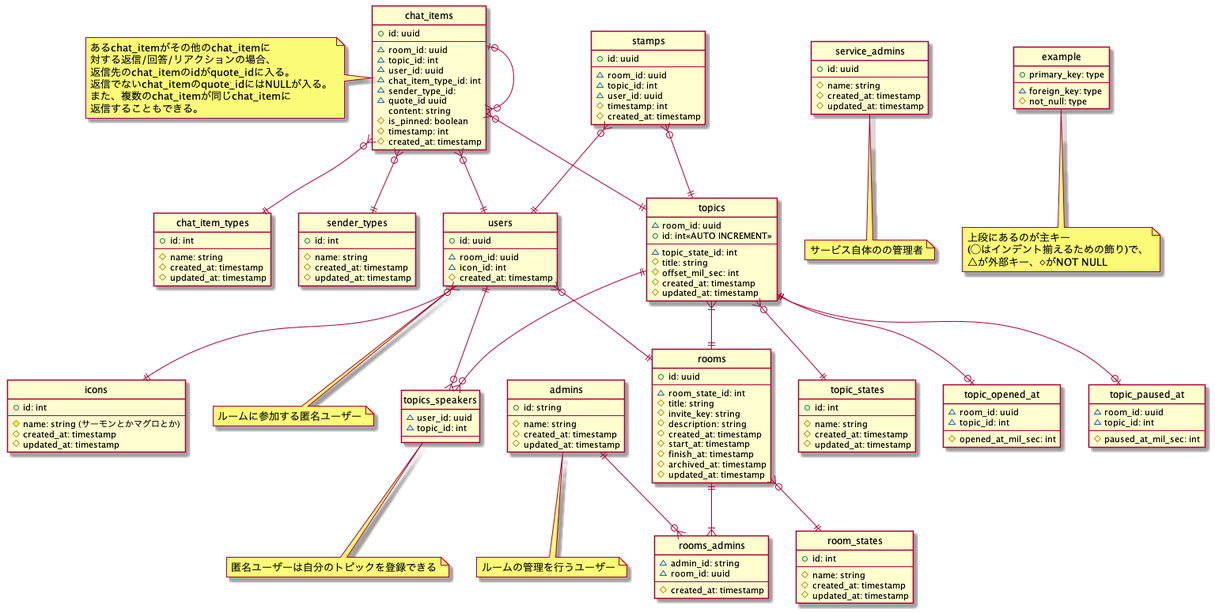
Earlier version of the PlantUML export doc/ER/ER_logic.png (osushi-academy/sushi-chat). Its diagram source:
```plantuml
@startuml

hide circle
skinparam inetype ortho

entity users {
    +id: uuid
    --
    ~room_id: uuid
    ~icon_id: int
    #created_at: timestamp
}
note bottom: ルームに参加する匿名ユーザー

entity topics_speakers{
    ~user_id: uuid
    ~topic_id: int
    --
}
note bottom: 匿名ユーザーは自分のトピックを登録できる

entity admins {
    +id: string
    --
    #name: string
    #created_at: timestamp
    #updated_at: timestamp
}
note bottom: ルームの管理を行うユーザー

entity rooms_admins {
    ~admin_id: string
    ~room_id: uuid
    --
    #created_at: timestamp
}

entity service_admins {
    +id: uuid
    --
    #name: string
    #created_at: timestamp
    #updated_at: timestamp
}
note bottom: サービス自体のの管理者

entity icons {
    +id: int
    --
    #name: string (サーモンとかマグロとか)
    #created_at: timestamp
    #updated_at: timestamp
}

entity rooms {
    +id: uuid
    --
    ~room_state_id: int
    #title: string
    #invite_key: string
    #description: string
    #created_at: timestamp
    #start_at: timestamp
    #finish_at: timestamp
    #archived_at: timestamp
    #updated_at: timestamp
}

entity room_states {
    +id: int
    --
    #name: string
    #created_at: timestamp
    #updated_at: timestamp
}

entity topics {
    ~room_id: uuid
    +id: int<<AUTO INCREMENT>>
    --
    ~topic_state_id: int
    #title: string
    #offset_mil_sec: int
    #created_at: timestamp
    #updated_at: timestamp
}

entity topic_states {
    +id: int
    --
    #name: string
    #created_at: timestamp
    #updated_at: timestamp
}

entity topic_opened_at {
    ~room_id: uuid
    ~topic_id: int
    --
    #opened_at_mil_sec: int
}

entity topic_paused_at{
    ~room_id: uuid
    ~topic_id: int
    --
    #paused_at_mil_sec: int
}

entity chat_items {
    +id: uuid
    --
    ~room_id: uuid
    ~topic_id: int
    ~user_id: uuid
    ~chat_item_type_id: int
    ~sender_type_id:
    ~quote_id uuid
    content: string
    #is_pinned: boolean
    #timestamp: int
    #created_at: timestamp
}
note left of chat_items
 あるchat_itemがその他のchat_itemに
 対する返信/回答/リアクションの場合、
 返信先のchat_itemのidがquote_idに入る。
 返信でないchat_itemのquote_idにはNULLが入る。
 また、複数のchat_itemが同じchat_itemに
 返信することもできる。
end note

entity chat_item_types {
    +id: int
    --
    #name: string
    #created_at: timestamp
    #updated_at: timestamp
}

entity sender_types {
    +id: int
    --
    #name: string
    #created_at: timestamp
    #updated_at: timestamp
}

entity stamps {
    +id: uuid
    --
    ~room_id: uuid
    ~topic_id: int
    ~user_id: uuid
    #timestamp: int
    #created_at: timestamp
}

users }o--|| icons
users }o--|| rooms
users ||--o{ topics_speakers
topics ||--o{ topics_speakers
admins ||--o{ rooms_admins
rooms ||--|{ rooms_admins
rooms }o--|| room_states
topics }|--|| rooms
topics }o--|| topic_states
topics ||--o| topic_opened_at
topics ||--o| topic_paused_at
chat_items }o--|| topics
chat_items }o--|| users
chat_items }o--|| chat_item_types
chat_items |o--o{ chat_items
chat_items }o--|| sender_types
stamps }o--|| topics
stamps }o--|| users

entity example {
    +primary_key: type
    --
    ~foreign_key: type
    #not_null: type
}
note bottom: 上段にあるのが主キー\n(◯はインデント揃えるための飾り)で、\n△が外部キー、◇がNOT NULL

@enduml
```
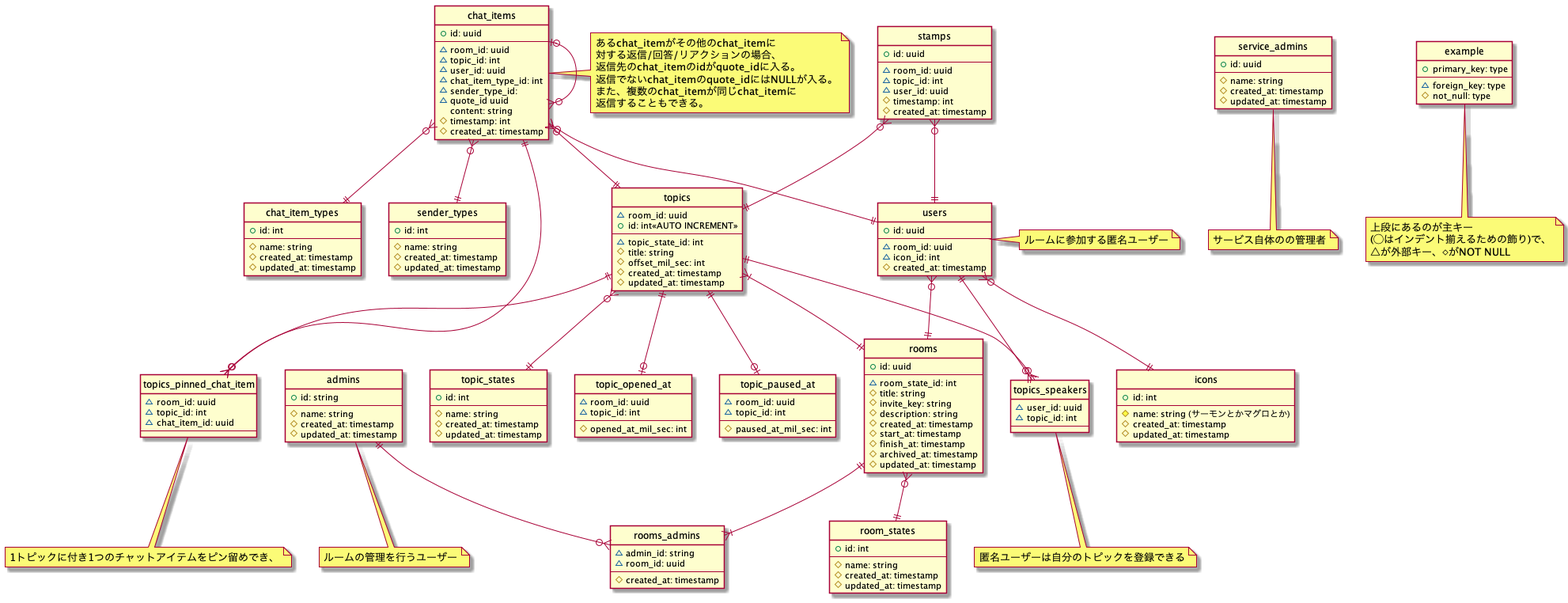
The same diagram one commit later.

What changed in the source:
```diff
@@ -1,4 +1,4 @@
-@startuml
+@startuml er
 
 hide circle
 skinparam inetype ortho
@@ -10,7 +10,7 @@
     ~icon_id: int
     #created_at: timestamp
 }
-note bottom: ルームに参加する匿名ユーザー
+note right: ルームに参加する匿名ユーザー
 
 entity topics_speakers{
     ~user_id: uuid
@@ -85,6 +85,16 @@
     #updated_at: timestamp
 }
 
+entity topics_pinned_chat_item {
+    ~room_id: uuid
+    ~topic_id: int
+    ~chat_item_id: uuid
+    --
+}
+note bottom of topics_pinned_chat_item
+  1トピックに付き1つのチャットアイテムをピン留めでき、
+end note
+
 entity topic_states {
     +id: int
     --
@@ -117,11 +127,10 @@
     ~sender_type_id:
     ~quote_id uuid
     content: string
-    #is_pinned: boolean
     #timestamp: int
     #created_at: timestamp
 }
-note left of chat_items
+note right of chat_items
  あるchat_itemがその他のchat_itemに
  対する返信/回答/リアクションの場合、
  返信先のchat_itemのidがquote_idに入る。
@@ -164,9 +173,11 @@
 rooms ||--|{ rooms_admins
 rooms }o--|| room_states
 topics }|--|| rooms
+topics ||--o{ topics_pinned_chat_item
 topics }o--|| topic_states
 topics ||--o| topic_opened_at
 topics ||--o| topic_paused_at
+chat_items||--o{ topics_pinned_chat_item
 chat_items }o--|| topics
 chat_items }o--|| users
 chat_items }o--|| chat_item_types
```
